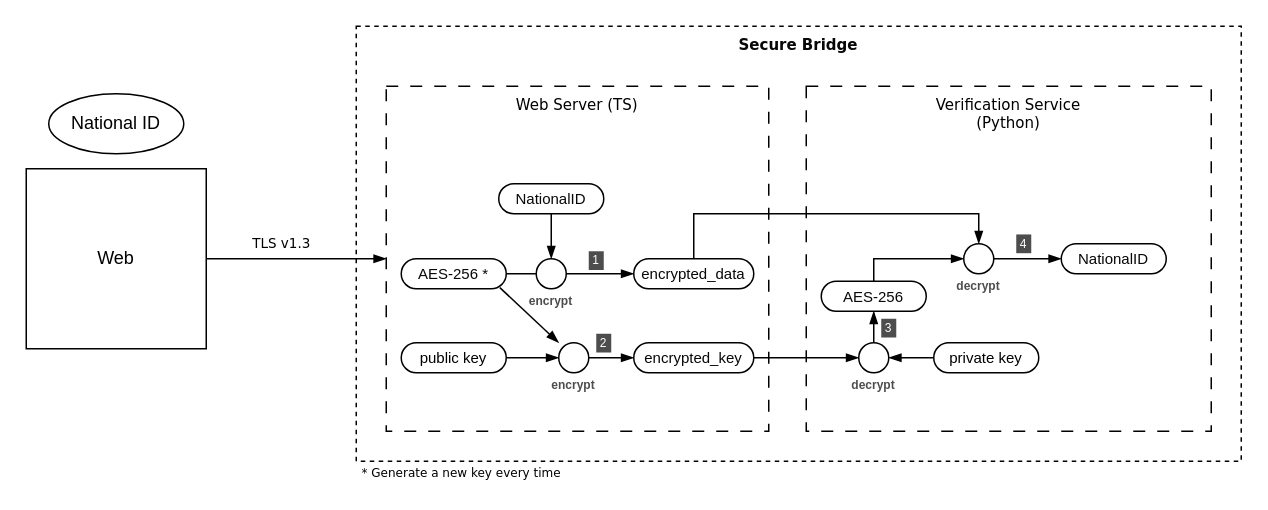
This is secure bridge.drawio from oskee121/Assignment-Secure-Bridge-Library-Apr-2026, a draw.io file, before an edit. Source tidied: cells renumbered, new cells numbered last; positions are measured from the earlier drawing's top-left corner, leaving out a move shared by most shapes. Both pictures are drawn from the tidied source at 150%, with x=0, y=0 at pixel (26, 26).
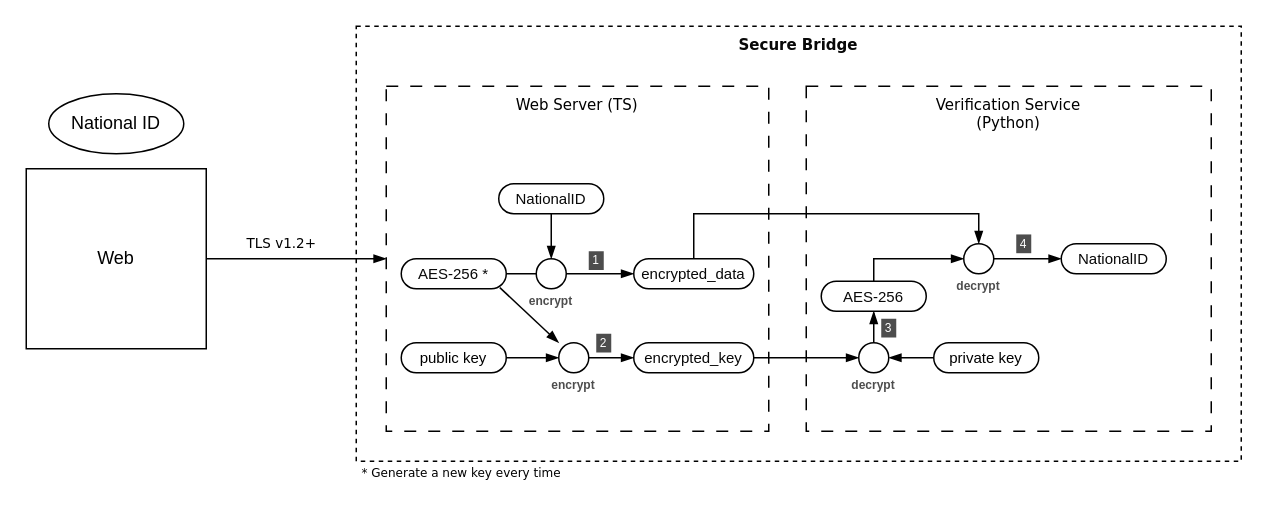
The same diagram, later.

The change refers to these unchanged cells:
```xml
<mxCell id="4" value="Web" style="rounded=0;whiteSpace=wrap;html=1;" parent="1" vertex="1">
  <mxGeometry y="95" width="120" height="120" as="geometry" />
</mxCell>
<mxCell id="5" value="Web Server&amp;nbsp;&lt;span style=&quot;background-color: transparent; color: light-dark(rgb(0, 0, 0), rgb(255, 255, 255));&quot;&gt;(TS)&lt;/span&gt;" style="rounded=0;whiteSpace=wrap;html=1;dashed=1;verticalAlign=top;dashPattern=8 8;fontFamily=Verdana;fontSize=10;" parent="1" vertex="1">
  <mxGeometry x="240" y="40" width="255" height="230" as="geometry" />
</mxCell>
```

The edit, as a diff of the source:
```diff
@@
-    <mxCell id="3" value="TLS v1.3" style="edgeStyle=orthogonalEdgeStyle;rounded=0;jettySize=auto;html=1;endArrow=blockThin;endFill=1;fontFamily=Verdana;fontSize=9;" parent="1" edge="1" source="4" target="5">
+    <mxCell id="3" value="TLS v1.2+" style="edgeStyle=orthogonalEdgeStyle;rounded=0;jettySize=auto;html=1;endArrow=blockThin;endFill=1;fontFamily=Verdana;fontSize=9;" parent="1" edge="1" source="4" target="5">
       <mxGeometry x="-0.17" y="10" relative="1" as="geometry" />
     </mxCell>
```
